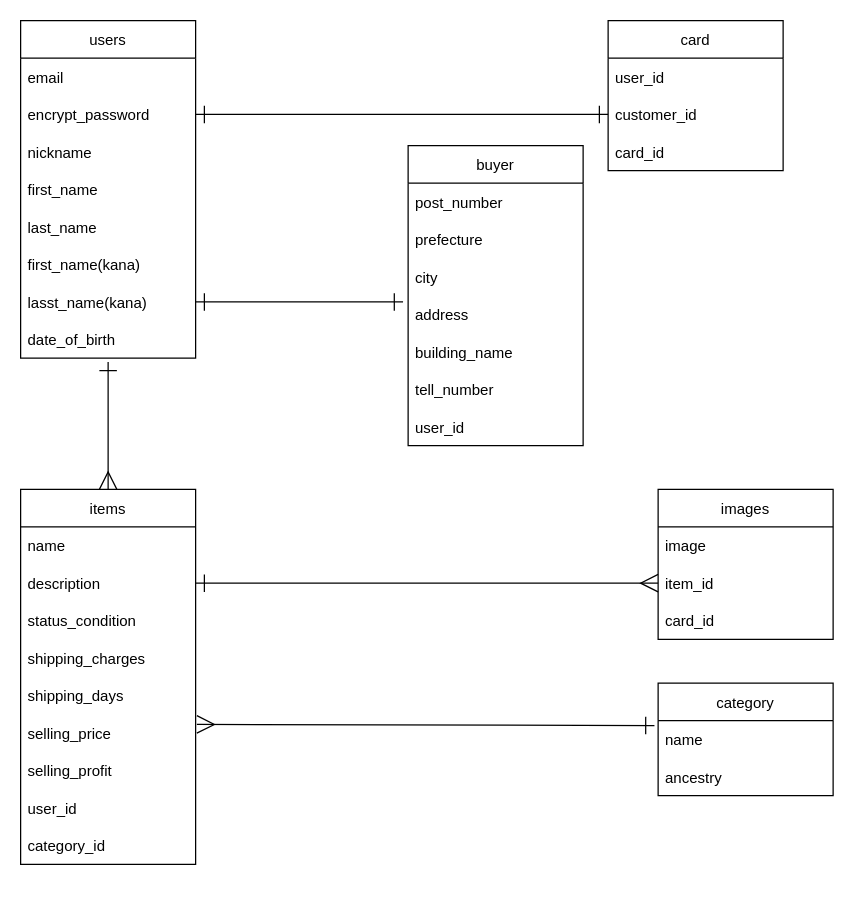
Before: furima.dio in kkmasayan/furima-38141, a draw.io diagram. Source tidied: cells renumbered, new cells numbered last; positions are measured from the earlier drawing's top-left corner, leaving out a move shared by most shapes. Both pictures are drawn from the tidied source at 125%, with x=0, y=0 at pixel (20, 20).
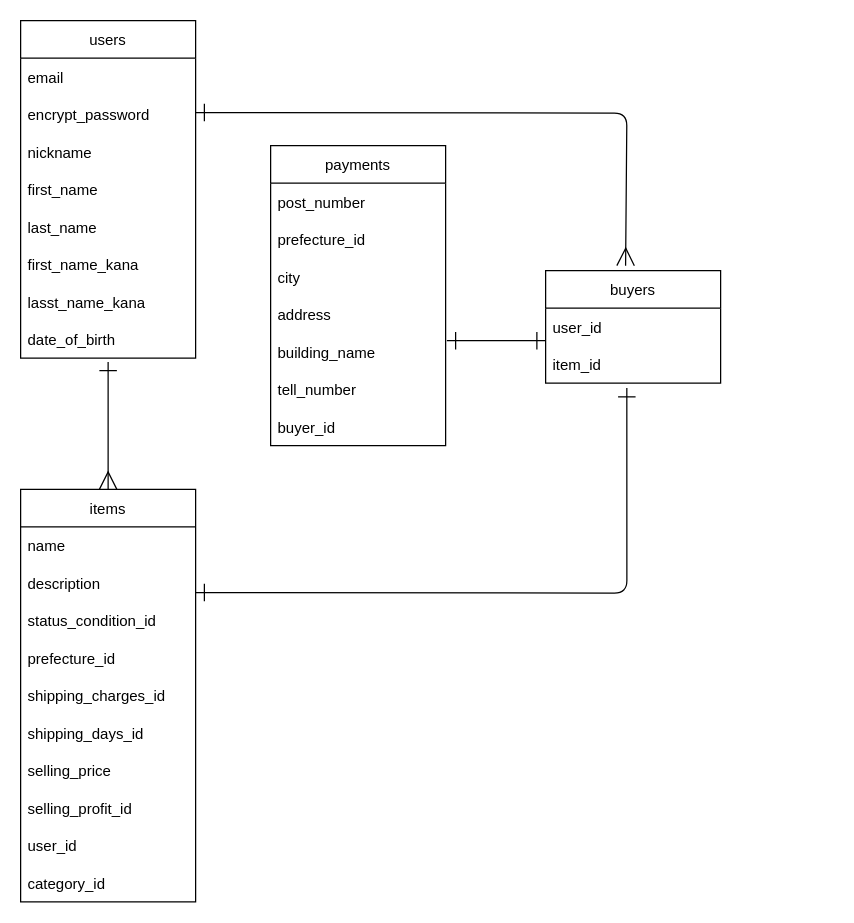
The same page after the edit.

Commit message (it also covers changes not shown here):
#3 データベース設計　修正１

Unchanged cells that the change refers to:
```xml
<mxCell id="2" value="users" style="swimlane;fontStyle=0;horizontal=1;startSize=30;" parent="1" vertex="1">
  <mxGeometry width="140" height="270" as="geometry" />
</mxCell>
<mxCell id="4" value="encrypt_password" style="text;strokeColor=none;fillColor=none;align=left;verticalAlign=middle;spacingLeft=4;spacingRight=4;overflow=hidden;points=[[0,0.5],[1,0.5]];portConstraint=eastwest;" parent="2" vertex="1">
  <mxGeometry y="60" width="140" height="30" as="geometry" />
</mxCell>
<mxCell id="26" value="address" style="text;strokeColor=none;fillColor=none;align=left;verticalAlign=middle;spacingLeft=4;spacingRight=4;overflow=hidden;points=[[0,0.5],[1,0.5]];portConstraint=eastwest;" parent="22" vertex="1">
  <mxGeometry y="120" width="140" height="30" as="geometry" />
</mxCell>
```

The edit, as a diff of the source:
```diff
@@
-    <mxCell id="8" value="first_name(kana)" style="text;strokeColor=none;fillColor=none;align=left;verticalAlign=middle;spacingLeft=4;spacingRight=4;overflow=hidden;" parent="2" vertex="1">
+    <mxCell id="8" value="first_name_kana" style="text;strokeColor=none;fillColor=none;align=left;verticalAlign=middle;spacingLeft=4;spacingRight=4;overflow=hidden;" parent="2" vertex="1">
       <mxGeometry y="180" width="140" height="30" as="geometry" />
     </mxCell>
-    <mxCell id="9" value="lasst_name(kana)" style="text;strokeColor=none;fillColor=none;align=left;verticalAlign=middle;spacingLeft=4;spacingRight=4;overflow=hidden;points=[[0,0.5],[1,0.5]];portConstraint=eastwest;" parent="2" vertex="1">
+    <mxCell id="9" value="lasst_name_kana" style="text;strokeColor=none;fillColor=none;align=left;verticalAlign=middle;spacingLeft=4;spacingRight=4;overflow=hidden;points=[[0,0.5],[1,0.5]];portConstraint=eastwest;" parent="2" vertex="1">
       <mxGeometry y="210" width="140" height="30" as="geometry" />
     </mxCell>
@@
     <mxCell id="12" value="items" style="swimlane;fontStyle=0;horizontal=1;startSize=30;" parent="1" vertex="1">
-      <mxGeometry y="375" width="140" height="300" as="geometry" />
+      <mxGeometry y="375" width="140" height="330" as="geometry" />
     </mxCell>
@@
-    <mxCell id="15" value="status_condition" style="text;strokeColor=none;fillColor=none;align=left;verticalAlign=middle;spacingLeft=4;spacingRight=4;overflow=hidden;" parent="12" vertex="1">
+    <mxCell id="15" value="status_condition_id" style="text;strokeColor=none;fillColor=none;align=left;verticalAlign=middle;spacingLeft=4;spacingRight=4;overflow=hidden;" parent="12" vertex="1">
       <mxGeometry y="90" width="140" height="30" as="geometry" />
     </mxCell>
+    <mxCell id="45" value="prefecture_id" style="text;strokeColor=none;fillColor=none;align=left;verticalAlign=middle;spacingLeft=4;spacingRight=4;overflow=hidden;" parent="12" vertex="1">
+      <mxGeometry y="120" width="140" height="30" as="geometry" />
+    </mxCell>
-    <mxCell id="16" value="shipping_charges" style="text;strokeColor=none;fillColor=none;align=left;verticalAlign=middle;spacingLeft=4;spacingRight=4;overflow=hidden;" parent="12" vertex="1">
-      <mxGeometry y="120" width="140" height="30" as="geometry" />
+    <mxCell id="16" value="shipping_charges_id" style="text;strokeColor=none;fillColor=none;align=left;verticalAlign=middle;spacingLeft=4;spacingRight=4;overflow=hidden;" parent="12" vertex="1">
+      <mxGeometry y="150" width="140" height="30" as="geometry" />
     </mxCell>
-    <mxCell id="17" value="shipping_days" style="text;strokeColor=none;fillColor=none;align=left;verticalAlign=middle;spacingLeft=4;spacingRight=4;overflow=hidden;" parent="12" vertex="1">
-      <mxGeometry y="150" width="140" height="30" as="geometry" />
+    <mxCell id="17" value="shipping_days_id" style="text;strokeColor=none;fillColor=none;align=left;verticalAlign=middle;spacingLeft=4;spacingRight=4;overflow=hidden;" parent="12" vertex="1">
+      <mxGeometry y="180" width="140" height="30" as="geometry" />
     </mxCell>
     <mxCell id="18" value="selling_price" style="text;strokeColor=none;fillColor=none;align=left;verticalAlign=middle;spacingLeft=4;spacingRight=4;overflow=hidden;points=[[0,0.5],[1,0.5]];portConstraint=eastwest;" parent="12" vertex="1">
-      <mxGeometry y="180" width="140" height="30" as="geometry" />
+      <mxGeometry y="210" width="140" height="30" as="geometry" />
     </mxCell>
-    <mxCell id="19" value="selling_profit" style="text;strokeColor=none;fillColor=none;align=left;verticalAlign=middle;spacingLeft=4;spacingRight=4;overflow=hidden;" parent="12" vertex="1">
-      <mxGeometry y="210" width="140" height="30" as="geometry" />
+    <mxCell id="19" value="selling_profit_id" style="text;strokeColor=none;fillColor=none;align=left;verticalAlign=middle;spacingLeft=4;spacingRight=4;overflow=hidden;" parent="12" vertex="1">
+      <mxGeometry y="240" width="140" height="30" as="geometry" />
     </mxCell>
     <mxCell id="20" value="user_id" style="text;strokeColor=none;fillColor=none;align=left;verticalAlign=middle;spacingLeft=4;spacingRight=4;overflow=hidden;" parent="12" vertex="1">
-      <mxGeometry y="240" width="140" height="30" as="geometry" />
+      <mxGeometry y="270" width="140" height="30" as="geometry" />
     </mxCell>
     <mxCell id="21" value="category_id" style="text;strokeColor=none;fillColor=none;align=left;verticalAlign=middle;spacingLeft=4;spacingRight=4;overflow=hidden;" parent="12" vertex="1">
-      <mxGeometry y="270" width="140" height="30" as="geometry" />
+      <mxGeometry y="300" width="140" height="30" as="geometry" />
     </mxCell>
-    <mxCell id="22" value="buyer" style="swimlane;fontStyle=0;horizontal=1;startSize=30;" parent="1" vertex="1">
-      <mxGeometry x="310" y="100" width="140" height="240" as="geometry" />
+    <mxCell id="22" value="payments" style="swimlane;fontStyle=0;horizontal=1;startSize=30;" parent="1" vertex="1">
+      <mxGeometry x="200" y="100" width="140" height="240" as="geometry" />
     </mxCell>
@@
-    <mxCell id="24" value="prefecture" style="text;strokeColor=none;fillColor=none;align=left;verticalAlign=middle;spacingLeft=4;spacingRight=4;overflow=hidden;" parent="22" vertex="1">
+    <mxCell id="24" value="prefecture_id" style="text;strokeColor=none;fillColor=none;align=left;verticalAlign=middle;spacingLeft=4;spacingRight=4;overflow=hidden;" parent="22" vertex="1">
       <mxGeometry y="60" width="140" height="30" as="geometry" />
     </mxCell>
@@
-    <mxCell id="29" value="user_id" style="text;strokeColor=none;fillColor=none;align=left;verticalAlign=middle;spacingLeft=4;spacingRight=4;overflow=hidden;" parent="22" vertex="1">
+    <mxCell id="29" value="buyer_id" style="text;strokeColor=none;fillColor=none;align=left;verticalAlign=middle;spacingLeft=4;spacingRight=4;overflow=hidden;" parent="22" vertex="1">
       <mxGeometry y="210" width="140" height="30" as="geometry" />
     </mxCell>
-    <mxCell id="30" value="card" style="swimlane;fontStyle=0;horizontal=1;startSize=30;" parent="1" vertex="1">
-      <mxGeometry x="470" width="140" height="120" as="geometry" />
-    </mxCell>
+    <mxCell id="43" style="edgeStyle=none;html=1;entryX=1;entryY=0.25;entryDx=0;entryDy=0;startArrow=ERone;startFill=0;endArrow=ERone;endFill=0;startSize=12;endSize=12;sourcePerimeterSpacing=0;targetPerimeterSpacing=0;exitX=0.464;exitY=1.133;exitDx=0;exitDy=0;exitPerimeter=0;" parent="1" edge="1" source="39" target="12">
+      <mxGeometry relative="1" as="geometry">
+        <Array as="points">
+          <mxPoint x="485" y="458" />
+        </Array>
+      </mxGeometry>
+    </mxCell>
+    <mxCell id="46" value="buyers" style="swimlane;fontStyle=0;horizontal=1;startSize=30;" parent="1" vertex="1">
+      <mxGeometry x="420" y="200" width="140" height="90" as="geometry" />
+    </mxCell>
-    <mxCell id="31" value="user_id" style="text;strokeColor=none;fillColor=none;align=left;verticalAlign=middle;spacingLeft=4;spacingRight=4;overflow=hidden;" parent="30" vertex="1">
+    <mxCell id="31" value="user_id" style="text;strokeColor=none;fillColor=none;align=left;verticalAlign=middle;spacingLeft=4;spacingRight=4;overflow=hidden;" parent="46" vertex="1">
       <mxGeometry y="30" width="140" height="30" as="geometry" />
     </mxCell>
-    <mxCell id="32" value="customer_id" style="text;strokeColor=none;fillColor=none;align=left;verticalAlign=middle;spacingLeft=4;spacingRight=4;overflow=hidden;points=[[0,0.5],[1,0.5]];portConstraint=eastwest;" parent="30" vertex="1">
-      <mxGeometry y="60" width="140" height="30" as="geometry" />
-    </mxCell>
-    <mxCell id="33" value="card_id" style="text;strokeColor=none;fillColor=none;align=left;verticalAlign=middle;spacingLeft=4;spacingRight=4;overflow=hidden;" parent="30" vertex="1">
-      <mxGeometry y="90" width="140" height="30" as="geometry" />
-    </mxCell>
-    <mxCell id="34" value="category" style="swimlane;fontStyle=0;horizontal=1;startSize=30;" parent="1" vertex="1">
-      <mxGeometry x="510" y="530" width="140" height="90" as="geometry" />
-    </mxCell>
-    <mxCell id="35" value="name" style="text;strokeColor=none;fillColor=none;align=left;verticalAlign=middle;spacingLeft=4;spacingRight=4;overflow=hidden;points=[[0,0.5],[1,0.5]];portConstraint=eastwest;" parent="34" vertex="1">
-      <mxGeometry y="30" width="140" height="30" as="geometry" />
-    </mxCell>
-    <mxCell id="36" value="ancestry" style="text;strokeColor=none;fillColor=none;align=left;verticalAlign=middle;spacingLeft=4;spacingRight=4;overflow=hidden;" parent="34" vertex="1">
-      <mxGeometry y="60" width="140" height="30" as="geometry" />
-    </mxCell>
-    <mxCell id="37" value="images" style="swimlane;fontStyle=0;horizontal=1;startSize=30;" parent="1" vertex="1">
-      <mxGeometry x="510" y="375" width="140" height="120" as="geometry" />
-    </mxCell>
-    <mxCell id="38" value="image" style="text;strokeColor=none;fillColor=none;align=left;verticalAlign=middle;spacingLeft=4;spacingRight=4;overflow=hidden;" parent="37" vertex="1">
-      <mxGeometry y="30" width="140" height="30" as="geometry" />
-    </mxCell>
-    <mxCell id="39" value="item_id" style="text;strokeColor=none;fillColor=none;align=left;verticalAlign=middle;spacingLeft=4;spacingRight=4;overflow=hidden;points=[[0,0.5],[1,0.5]];portConstraint=eastwest;" parent="37" vertex="1">
+    <mxCell id="39" value="item_id" style="text;strokeColor=none;fillColor=none;align=left;verticalAlign=middle;spacingLeft=4;spacingRight=4;overflow=hidden;points=[[0,0.5],[1,0.5]];portConstraint=eastwest;" parent="46" vertex="1">
       <mxGeometry y="60" width="140" height="30" as="geometry" />
     </mxCell>
-    <mxCell id="40" value="card_id" style="text;strokeColor=none;fillColor=none;align=left;verticalAlign=middle;spacingLeft=4;spacingRight=4;overflow=hidden;" parent="37" vertex="1">
-      <mxGeometry y="90" width="140" height="30" as="geometry" />
-    </mxCell>
-    <mxCell id="41" style="edgeStyle=none;html=1;exitX=1;exitY=0.5;exitDx=0;exitDy=0;entryX=0;entryY=0.5;entryDx=0;entryDy=0;endArrow=ERone;endFill=0;startArrow=ERone;startFill=0;sourcePerimeterSpacing=0;startSize=12;endSize=12;" parent="1" edge="1" source="4" target="32">
-      <mxGeometry relative="1" as="geometry" />
-    </mxCell>
-    <mxCell id="42" style="edgeStyle=none;html=1;exitX=1;exitY=0.5;exitDx=0;exitDy=0;startArrow=ERone;startFill=0;endArrow=ERone;endFill=0;targetPerimeterSpacing=0;startSize=12;endSize=12;entryX=-0.029;entryY=0.167;entryDx=0;entryDy=0;entryPerimeter=0;" parent="1" edge="1" source="9" target="26">
-      <mxGeometry relative="1" as="geometry" />
-    </mxCell>
-    <mxCell id="43" style="edgeStyle=none;html=1;exitX=0;exitY=0.5;exitDx=0;exitDy=0;entryX=1;entryY=0.25;entryDx=0;entryDy=0;startArrow=ERmany;startFill=0;endArrow=ERone;endFill=0;startSize=12;endSize=12;sourcePerimeterSpacing=0;targetPerimeterSpacing=0;" parent="1" edge="1" source="39" target="12">
-      <mxGeometry relative="1" as="geometry" />
-    </mxCell>
-    <mxCell id="44" style="edgeStyle=none;html=1;exitX=1.007;exitY=0.267;exitDx=0;exitDy=0;startArrow=ERmany;startFill=0;endArrow=ERone;endFill=0;startSize=12;endSize=12;sourcePerimeterSpacing=0;targetPerimeterSpacing=0;exitPerimeter=0;entryX=-0.021;entryY=0.133;entryDx=0;entryDy=0;entryPerimeter=0;" parent="1" edge="1" source="18" target="35">
-      <mxGeometry relative="1" as="geometry" />
-    </mxCell>
+    <mxCell id="47" style="edgeStyle=none;html=1;entryX=1;entryY=0.25;entryDx=0;entryDy=0;startArrow=ERmany;startFill=0;endArrow=ERone;endFill=0;startSize=12;endSize=12;sourcePerimeterSpacing=0;targetPerimeterSpacing=0;exitX=0.457;exitY=-0.044;exitDx=0;exitDy=0;exitPerimeter=0;" parent="1" edge="1" source="46">
+      <mxGeometry relative="1" as="geometry">
+        <mxPoint x="140" y="73.5" as="targetPoint" />
+        <Array as="points">
+          <mxPoint x="485" y="74" />
+        </Array>
+      </mxGeometry>
+    </mxCell>
+    <mxCell id="48" style="edgeStyle=none;html=1;exitX=1;exitY=0.5;exitDx=0;exitDy=0;startArrow=ERone;startFill=0;endArrow=ERone;endFill=0;targetPerimeterSpacing=0;startSize=12;endSize=12;" parent="1" edge="1">
+      <mxGeometry relative="1" as="geometry">
+        <mxPoint x="341" y="256" as="sourcePoint" />
+        <mxPoint x="420" y="256" as="targetPoint" />
+        <Array as="points">
+          <mxPoint x="371" y="256" />
+          <mxPoint x="420" y="256" />
+        </Array>
+      </mxGeometry>
+    </mxCell>
```
